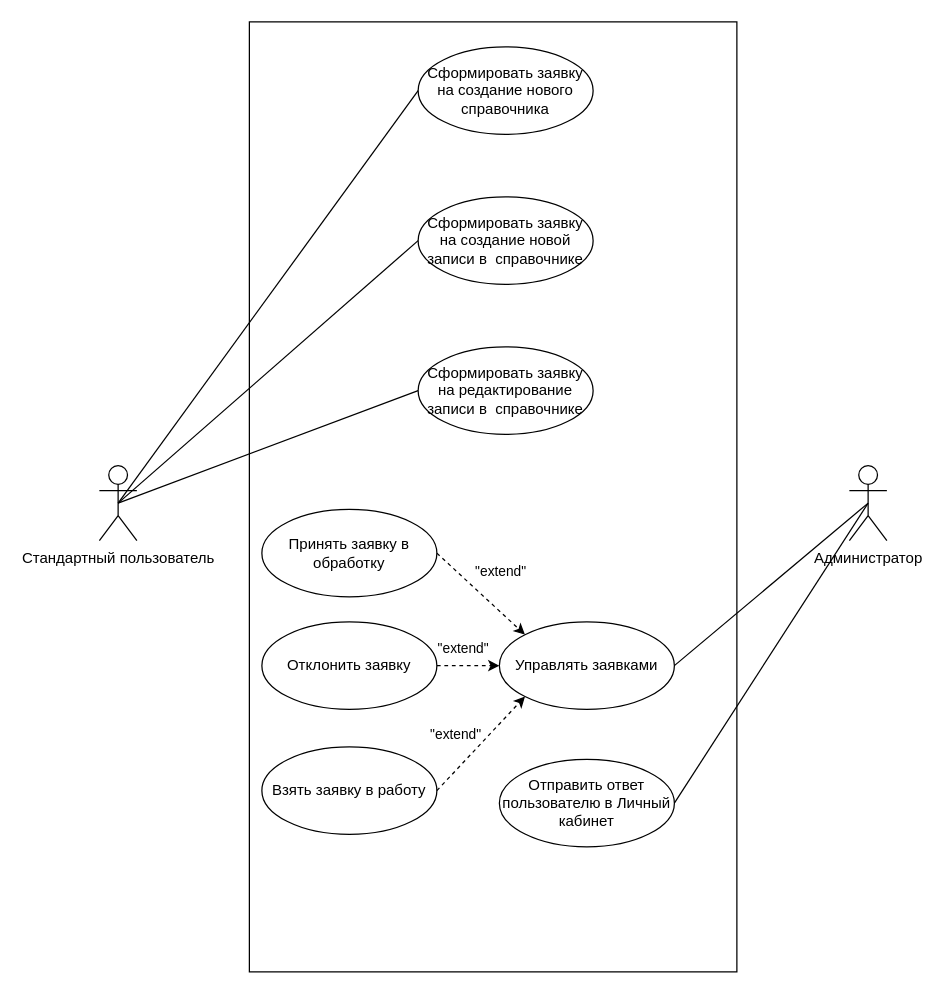
The draw.io diagram UC Заявочный принцип.drawio in d8putat/Diagrams, before the edit. Source tidied: cells renumbered, new cells numbered last; positions are measured from the earlier drawing's top-left corner, leaving out a move shared by most shapes. Both pictures are drawn from the tidied source at 125%, with x=0, y=0 at pixel (99, 21).
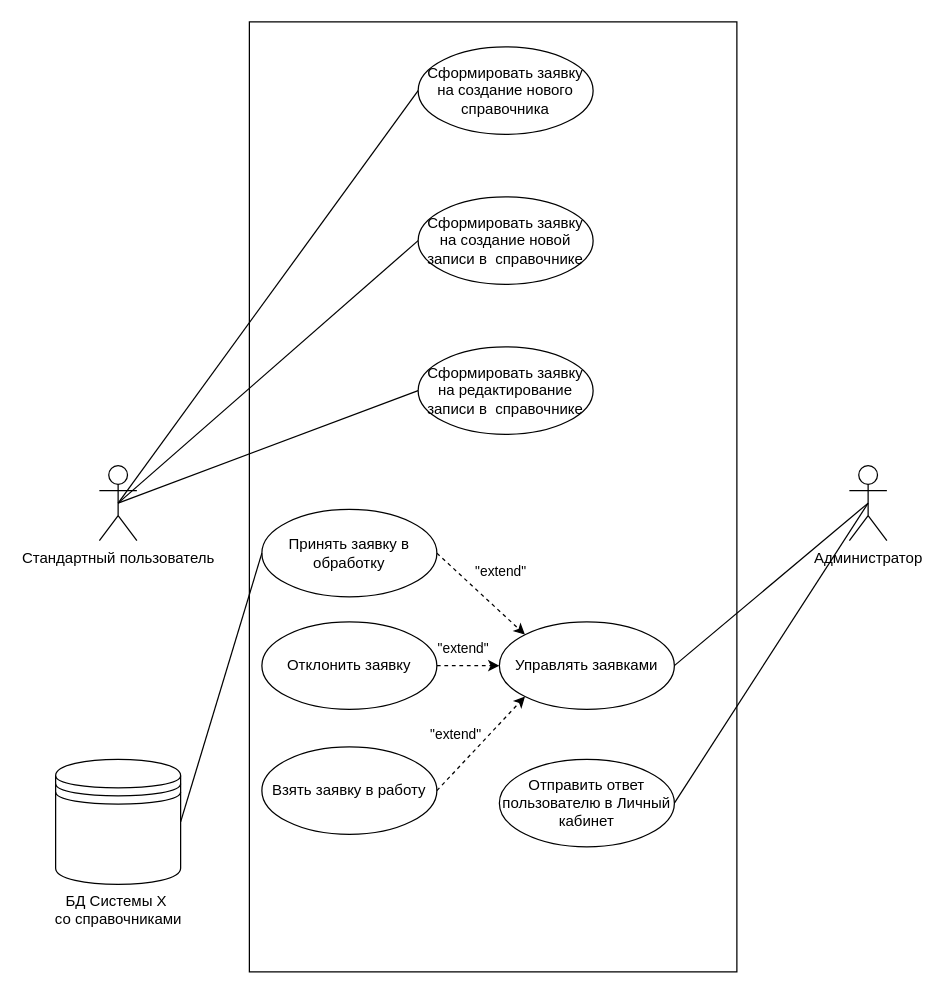
Above is the later version.

The change refers to these unchanged cells:
```xml
<mxCell id="8" value="Принять заявку в обработку" style="ellipse;whiteSpace=wrap;html=1;" parent="1" vertex="1">
  <mxGeometry x="130" y="390" width="140" height="70" as="geometry" />
</mxCell>
```

What changed in the source:
```diff
@@
+    <mxCell id="24" value="БД Системы X&amp;nbsp;&lt;div&gt;со справочниками&lt;/div&gt;" style="shape=datastore;html=1;labelPosition=center;verticalLabelPosition=bottom;align=center;verticalAlign=top;" parent="1" vertex="1">
+      <mxGeometry x="-35" y="590" width="100" height="100" as="geometry" />
+    </mxCell>
+    <mxCell id="25" style="endArrow=none;html=1;rounded=0;exitX=0;exitY=0.5;exitDx=0;exitDy=0;entryX=1;entryY=0.5;entryDx=0;entryDy=0;" parent="1" edge="1" source="8" target="24">
+      <mxGeometry relative="1" as="geometry" />
+    </mxCell>
```
